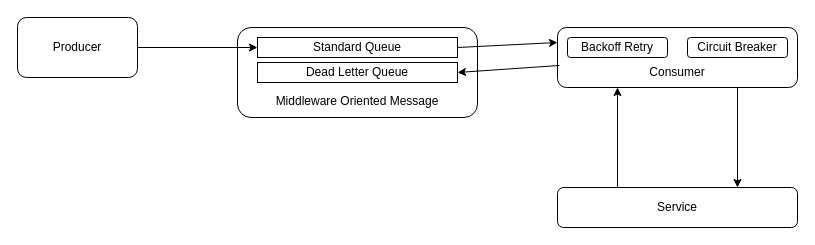
The draw.io diagram page "Architecture_FR" (2 of 3) of Experimentation.drawio in tnemelclement/memoire-episen, before the edit. Source tidied: cells renumbered, new cells numbered last; positions are measured from the earlier drawing's top-left corner, leaving out a move shared by most shapes. Both pictures are drawn from the tidied source at 100%, with x=0, y=0 at pixel (17, 17).
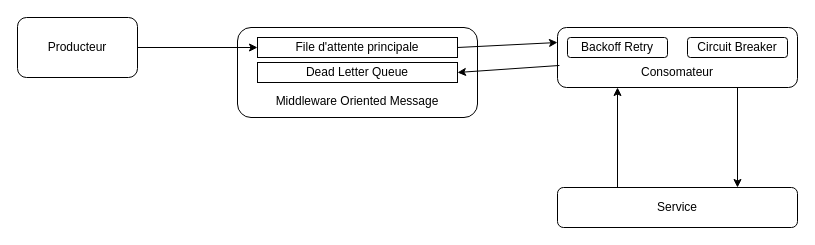
The same diagram, later.

Commit message:
Mettre à jour Experimentation.drawio

Diff of the diagram source:
```diff
@@
 <mxGraphModel>
   <root>
     <mxCell id="0" />
     <mxCell id="1" parent="0" />
-    <mxCell id="2" value="Producer" style="rounded=1;whiteSpace=wrap;html=1;" parent="1" vertex="1">
+    <mxCell id="2" value="Producteur" style="rounded=1;whiteSpace=wrap;html=1;" parent="1" vertex="1">
       <mxGeometry width="120" height="60" as="geometry" />
     </mxCell>
     <mxCell id="3" value="&lt;div&gt;&lt;br&gt;&lt;/div&gt;&lt;div&gt;&lt;br&gt;&lt;/div&gt;&lt;div&gt;&lt;br&gt;&lt;/div&gt;&lt;div&gt;&lt;br&gt;&lt;/div&gt;Middleware Oriented Message" style="rounded=1;whiteSpace=wrap;html=1;" parent="1" vertex="1">
       <mxGeometry x="220" y="10" width="240" height="90" as="geometry" />
     </mxCell>
-    <mxCell id="4" value="Standard Queue" style="rounded=0;whiteSpace=wrap;html=1;" parent="1" vertex="1">
+    <mxCell id="4" value="File d'attente principale" style="rounded=0;whiteSpace=wrap;html=1;" parent="1" vertex="1">
       <mxGeometry x="240" y="20" width="200" height="20" as="geometry" />
     </mxCell>
     <mxCell id="5" value="Dead Letter Queue" style="rounded=0;whiteSpace=wrap;html=1;" parent="1" vertex="1">
       <mxGeometry x="240" y="45" width="200" height="20" as="geometry" />
     </mxCell>
     <mxCell id="6" style="edgeStyle=orthogonalEdgeStyle;rounded=0;orthogonalLoop=1;jettySize=auto;html=1;exitX=0.5;exitY=1;exitDx=0;exitDy=0;" parent="1" edge="1" source="3" target="3">
       <mxGeometry relative="1" as="geometry" />
     </mxCell>
-    <mxCell id="7" value="&lt;div&gt;&lt;br&gt;&lt;/div&gt;&lt;div&gt;&lt;br&gt;&lt;/div&gt;Consumer" style="rounded=1;whiteSpace=wrap;html=1;" parent="1" vertex="1">
+    <mxCell id="7" value="&lt;div&gt;&lt;br&gt;&lt;/div&gt;&lt;div&gt;&lt;br&gt;&lt;/div&gt;Consomateur" style="rounded=1;whiteSpace=wrap;html=1;" parent="1" vertex="1">
       <mxGeometry x="540" y="10" width="240" height="60" as="geometry" />
     </mxCell>
     <mxCell id="8" value="Backoff Retry" style="rounded=1;whiteSpace=wrap;html=1;" parent="1" vertex="1">
       <mxGeometry x="550" y="20" width="100" height="20" as="geometry" />
     </mxCell>
     <mxCell id="9" value="Circuit Breaker" style="rounded=1;whiteSpace=wrap;html=1;" parent="1" vertex="1">
       <mxGeometry x="670" y="20" width="100" height="20" as="geometry" />
     </mxCell>
     <mxCell id="10" value="Service" style="rounded=1;whiteSpace=wrap;html=1;" parent="1" vertex="1">
       <mxGeometry x="540" y="170" width="240" height="40" as="geometry" />
     </mxCell>
     <mxCell id="11" style="endArrow=classic;html=1;rounded=0;exitX=1;exitY=0.5;exitDx=0;exitDy=0;entryX=0;entryY=0.5;entryDx=0;entryDy=0;" parent="1" edge="1" source="2" target="4">
       <mxGeometry relative="1" as="geometry" />
     </mxCell>
     <mxCell id="12" style="endArrow=classic;html=1;rounded=0;exitX=1;exitY=0.5;exitDx=0;exitDy=0;entryX=0;entryY=0.25;entryDx=0;entryDy=0;" parent="1" edge="1" source="4" target="7">
       <mxGeometry relative="1" as="geometry" />
     </mxCell>
     <mxCell id="13" style="endArrow=classic;html=1;rounded=0;exitX=0.008;exitY=0.633;exitDx=0;exitDy=0;exitPerimeter=0;entryX=1;entryY=0.5;entryDx=0;entryDy=0;" parent="1" edge="1" source="7" target="5">
       <mxGeometry relative="1" as="geometry" />
     </mxCell>
     <mxCell id="14" style="endArrow=classic;html=1;rounded=0;entryX=0.75;entryY=0;entryDx=0;entryDy=0;exitX=0.75;exitY=1;exitDx=0;exitDy=0;" parent="1" edge="1" source="7" target="10">
       <mxGeometry relative="1" as="geometry" />
     </mxCell>
     <mxCell id="15" style="endArrow=classic;html=1;rounded=0;exitX=0.25;exitY=0;exitDx=0;exitDy=0;entryX=0.25;entryY=1;entryDx=0;entryDy=0;" parent="1" edge="1" source="10" target="7">
       <mxGeometry relative="1" as="geometry" />
     </mxCell>
   </root>
 </mxGraphModel>
```
